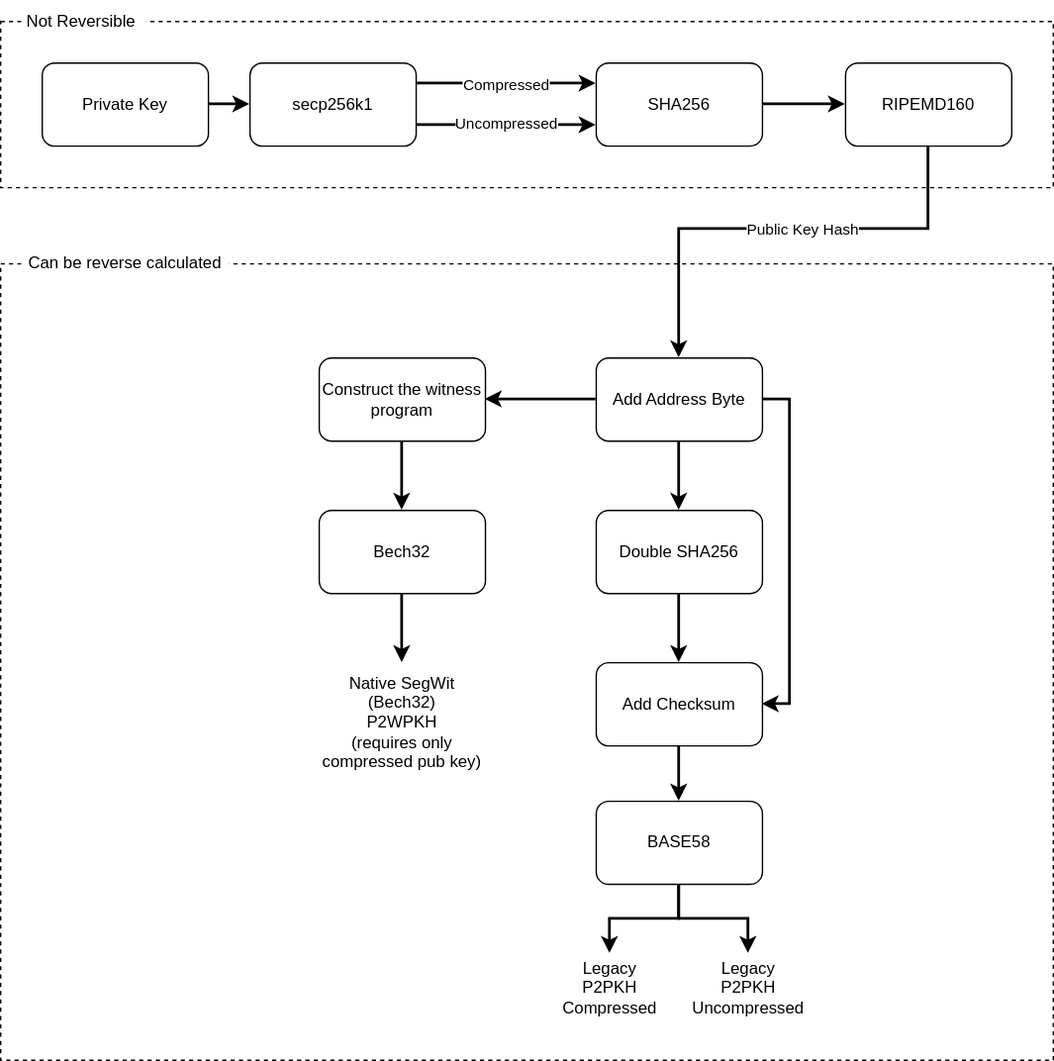
Earlier version of the draw.io export img/calc_by_address_types.drawio.svg (eztam-/BitCrackOSX). Source tidied: cells renumbered, new cells last; positions are measured from the earlier drawing's top-left corner, leaving out a move shared by most shapes.
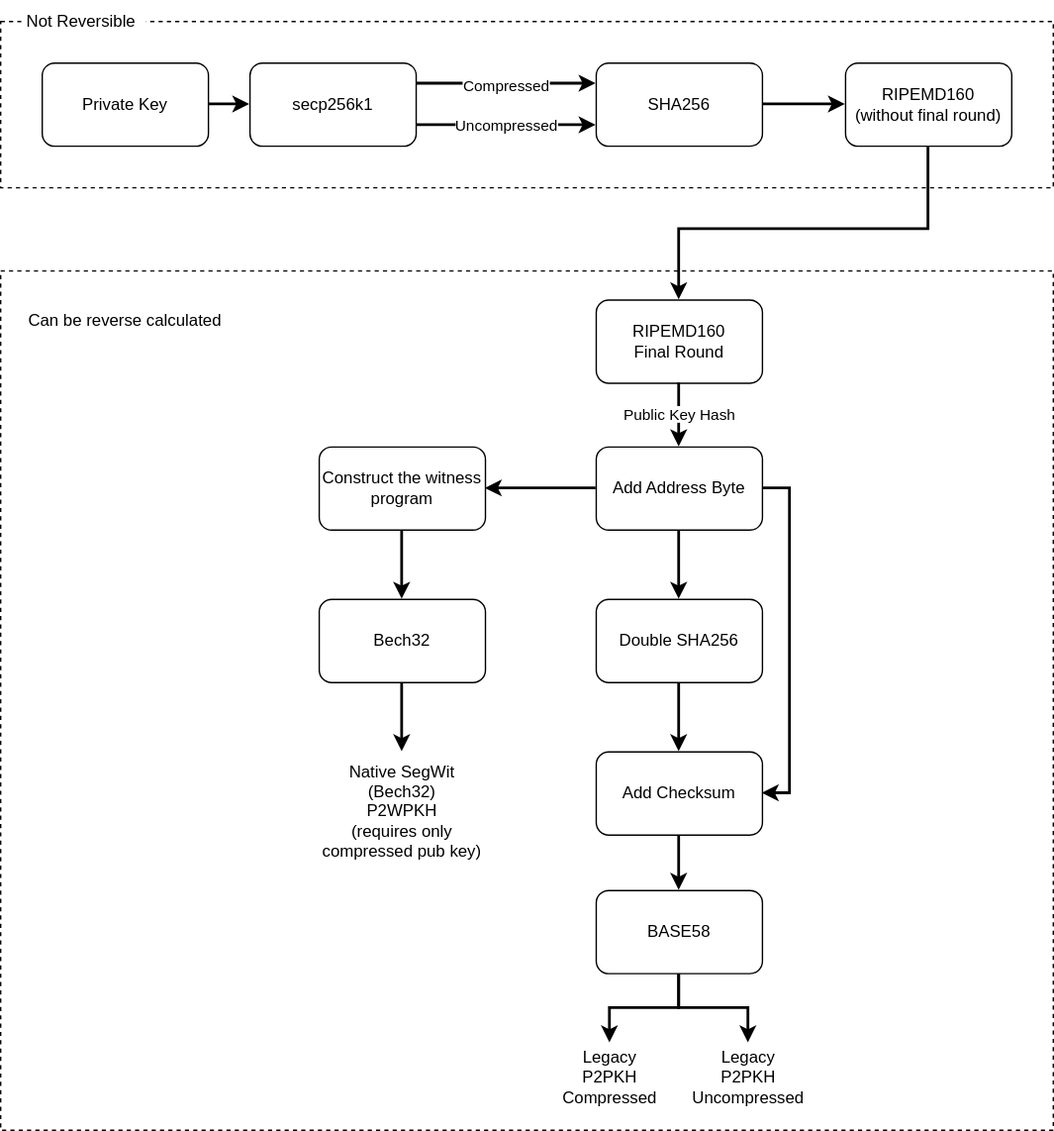
After the change.

What changed in the source:
```diff
@@ -3,25 +3,25 @@
     <mxCell id="0" />
     <mxCell id="1" parent="0" />
     <mxCell id="2" style="rounded=0;whiteSpace=wrap;html=1;dashed=1;labelBackgroundColor=none;" parent="1" vertex="1">
-      <mxGeometry y="190" width="760" height="575" as="geometry" />
+      <mxGeometry y="131" width="760" height="620" as="geometry" />
     </mxCell>
     <mxCell id="3" value="Can be reverse calculated" style="text;html=1;whiteSpace=wrap;strokeColor=none;fillColor=default;align=center;verticalAlign=middle;rounded=0;labelBackgroundColor=none;" parent="1" vertex="1">
-      <mxGeometry x="15" y="175" width="150" height="30" as="geometry" />
+      <mxGeometry x="15" y="152" width="150" height="30" as="geometry" />
     </mxCell>
     <mxCell id="4" style="rounded=0;whiteSpace=wrap;html=1;dashed=1;labelBackgroundColor=none;" parent="1" vertex="1">
-      <mxGeometry y="15" width="760" height="120" as="geometry" />
+      <mxGeometry y="-49" width="760" height="120" as="geometry" />
     </mxCell>
     <mxCell id="5" style="edgeStyle=orthogonalEdgeStyle;rounded=0;jettySize=auto;html=1;labelBackgroundColor=none;fontColor=default;strokeWidth=2;" parent="1" edge="1" source="6" target="13">
       <mxGeometry relative="1" as="geometry" />
     </mxCell>
     <mxCell id="6" value="Private Key" style="rounded=1;whiteSpace=wrap;html=1;labelBackgroundColor=none;" parent="1" vertex="1">
-      <mxGeometry x="30" y="45" width="120" height="60" as="geometry" />
+      <mxGeometry x="30" y="-19" width="120" height="60" as="geometry" />
     </mxCell>
     <mxCell id="7" style="edgeStyle=orthogonalEdgeStyle;rounded=0;jettySize=auto;html=1;exitX=1;exitY=0.5;exitDx=0;exitDy=0;entryX=0;entryY=0.5;entryDx=0;entryDy=0;labelBackgroundColor=none;fontColor=default;startSize=6;strokeWidth=2;" parent="1" edge="1" source="8" target="16">
       <mxGeometry relative="1" as="geometry" />
     </mxCell>
     <mxCell id="8" value="SHA256" style="rounded=1;whiteSpace=wrap;html=1;labelBackgroundColor=none;" parent="1" vertex="1">
-      <mxGeometry x="430" y="45" width="120" height="60" as="geometry" />
+      <mxGeometry x="430" y="-19" width="120" height="60" as="geometry" />
     </mxCell>
     <mxCell id="9" style="edgeStyle=orthogonalEdgeStyle;rounded=0;jettySize=auto;html=1;exitX=1;exitY=0.25;exitDx=0;exitDy=0;entryX=0;entryY=0.25;entryDx=0;entryDy=0;labelBackgroundColor=none;fontColor=default;startSize=6;strokeWidth=2;" parent="1" edge="1" source="13" target="8">
       <mxGeometry relative="1" as="geometry" />
@@ -36,21 +36,19 @@
       <mxGeometry x="-0.01" y="1" relative="1" as="geometry" />
     </mxCell>
     <mxCell id="13" value="secp256k1" style="rounded=1;whiteSpace=wrap;html=1;labelBackgroundColor=none;" parent="1" vertex="1">
-      <mxGeometry x="180" y="45" width="120" height="60" as="geometry" />
+      <mxGeometry x="180" y="-19" width="120" height="60" as="geometry" />
     </mxCell>
-    <mxCell id="14" style="edgeStyle=orthogonalEdgeStyle;rounded=0;jettySize=auto;html=1;labelBackgroundColor=none;fontColor=default;startSize=6;strokeWidth=2;exitX=0.5;exitY=1;exitDx=0;exitDy=0;" parent="1" edge="1" source="16" target="21">
+    <mxCell id="14" style="edgeStyle=orthogonalEdgeStyle;rounded=0;jettySize=auto;html=1;labelBackgroundColor=none;fontColor=default;startSize=6;strokeWidth=2;exitX=0.5;exitY=1;exitDx=0;exitDy=0;entryX=0.5;entryY=0;entryDx=0;entryDy=0;" parent="1" edge="1" source="16" target="36">
       <mxGeometry relative="1" as="geometry">
         <Array as="points">
-          <mxPoint x="670" y="165" />
-          <mxPoint x="490" y="165" />
+          <mxPoint x="670" y="101" />
+          <mxPoint x="490" y="101" />
+          <mxPoint x="490" y="141" />
         </Array>
       </mxGeometry>
     </mxCell>
-    <mxCell id="15" value="Public Key&amp;nbsp;&lt;span style=&quot;color: light-dark(rgb(0, 0, 0), rgb(237, 237, 237)); background-color: light-dark(rgb(255, 255, 255), rgb(18, 18, 18));&quot;&gt;Hash&lt;/span&gt;" style="edgeLabel;html=1;align=center;verticalAlign=middle;" parent="14" vertex="1">
-      <mxGeometry x="-0.09" relative="1" as="geometry" />
-    </mxCell>
-    <mxCell id="16" value="RIPEMD160" style="rounded=1;whiteSpace=wrap;html=1;labelBackgroundColor=none;" parent="1" vertex="1">
-      <mxGeometry x="610" y="45" width="120" height="60" as="geometry" />
+    <mxCell id="16" value="RIPEMD160&lt;br&gt;(without final round)" style="rounded=1;whiteSpace=wrap;html=1;labelBackgroundColor=none;" parent="1" vertex="1">
+      <mxGeometry x="610" y="-19" width="120" height="60" as="geometry" />
     </mxCell>
     <mxCell id="17" style="edgeStyle=orthogonalEdgeStyle;rounded=0;jettySize=auto;html=1;exitX=0.5;exitY=1;exitDx=0;exitDy=0;entryX=0.5;entryY=0;entryDx=0;entryDy=0;labelBackgroundColor=none;fontColor=default;strokeWidth=2;" parent="1" edge="1" source="21" target="23">
       <mxGeometry relative="1" as="geometry" />
@@ -89,7 +87,7 @@
       <mxGeometry x="430" y="578" width="120" height="60" as="geometry" />
     </mxCell>
     <mxCell id="29" value="Not Reversible&amp;nbsp;" style="text;html=1;whiteSpace=wrap;strokeColor=none;fillColor=default;align=center;verticalAlign=middle;rounded=0;labelBackgroundColor=none;" parent="1" vertex="1">
-      <mxGeometry x="15" width="90" height="30" as="geometry" />
+      <mxGeometry x="15" y="-64" width="90" height="30" as="geometry" />
     </mxCell>
     <mxCell id="30" value="Legacy P2PKH&lt;br&gt;Compressed" style="text;html=1;whiteSpace=wrap;strokeColor=none;fillColor=none;align=center;verticalAlign=middle;rounded=0;" parent="1" vertex="1">
       <mxGeometry x="410" y="688" width="60" height="50" as="geometry" />
@@ -109,5 +107,16 @@
     <mxCell id="35" value="Construct the witness program" style="rounded=1;whiteSpace=wrap;html=1;labelBackgroundColor=none;" parent="1" vertex="1">
       <mxGeometry x="230" y="258" width="120" height="60" as="geometry" />
     </mxCell>
+    <mxCell id="36" value="RIPEMD160&lt;br&gt;Final Round" style="rounded=1;whiteSpace=wrap;html=1;labelBackgroundColor=none;" parent="1" vertex="1">
+      <mxGeometry x="430" y="152" width="120" height="60" as="geometry" />
+    </mxCell>
+    <mxCell id="15" value="&lt;meta charset=&quot;utf-8&quot;&gt;&lt;span style=&quot;color: rgb(0, 0, 0); font-family: Helvetica; font-size: 11px; font-style: normal; font-variant-ligatures: normal; font-variant-caps: normal; font-weight: 400; letter-spacing: normal; orphans: 2; text-align: center; text-indent: 0px; text-transform: none; widows: 2; word-spacing: 0px; -webkit-text-stroke-width: 0px; white-space: nowrap; background-color: rgb(255, 255, 255); text-decoration-thickness: initial; text-decoration-style: initial; text-decoration-color: initial; display: inline !important; float: none;&quot;&gt;Public Key&amp;nbsp;&lt;/span&gt;&lt;span style=&quot;forced-color-adjust: none; box-shadow: none !important; color: light-dark(rgb(0, 0, 0), rgb(237, 237, 237)); font-family: Helvetica; font-size: 11px; font-style: normal; font-variant-ligatures: normal; font-variant-caps: normal; font-weight: 400; letter-spacing: normal; orphans: 2; text-align: center; text-indent: 0px; text-transform: none; widows: 2; word-spacing: 0px; -webkit-text-stroke-width: 0px; white-space: nowrap; background-color: light-dark(rgb(255, 255, 255), rgb(18, 18, 18)); text-decoration-thickness: initial; text-decoration-style: initial; text-decoration-color: initial;&quot;&gt;Hash&lt;/span&gt;" style="edgeStyle=orthogonalEdgeStyle;rounded=0;jettySize=auto;html=1;exitX=0.5;exitY=1;exitDx=0;exitDy=0;labelBackgroundColor=none;fontColor=default;strokeWidth=2;entryX=0.5;entryY=0;entryDx=0;entryDy=0;" parent="1" edge="1" source="36" target="21">
+      <mxGeometry relative="1" as="geometry">
+        <Array as="points">
+          <mxPoint x="490" y="231" />
+          <mxPoint x="490" y="231" />
+        </Array>
+      </mxGeometry>
+    </mxCell>
   </root>
 </mxGraphModel>
```
